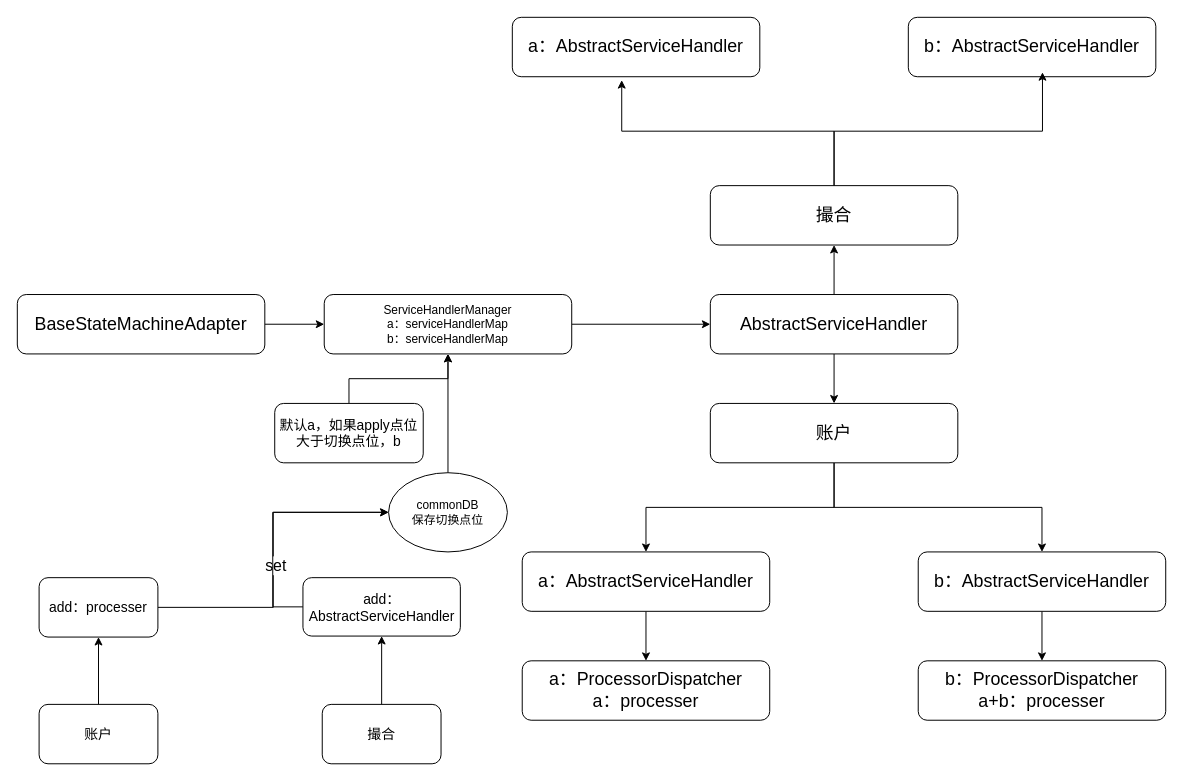
wwl74100/2022-learn keeps this draw.io diagram as ab版本方案一.drawio. Above is the earlier version. Source tidied: cells renumbered, new cells numbered last; positions are measured from the earlier drawing's top-left corner, leaving out a move shared by most shapes. Both pictures are drawn from the tidied source at 99%, with x=0, y=0 at pixel (17, 17).
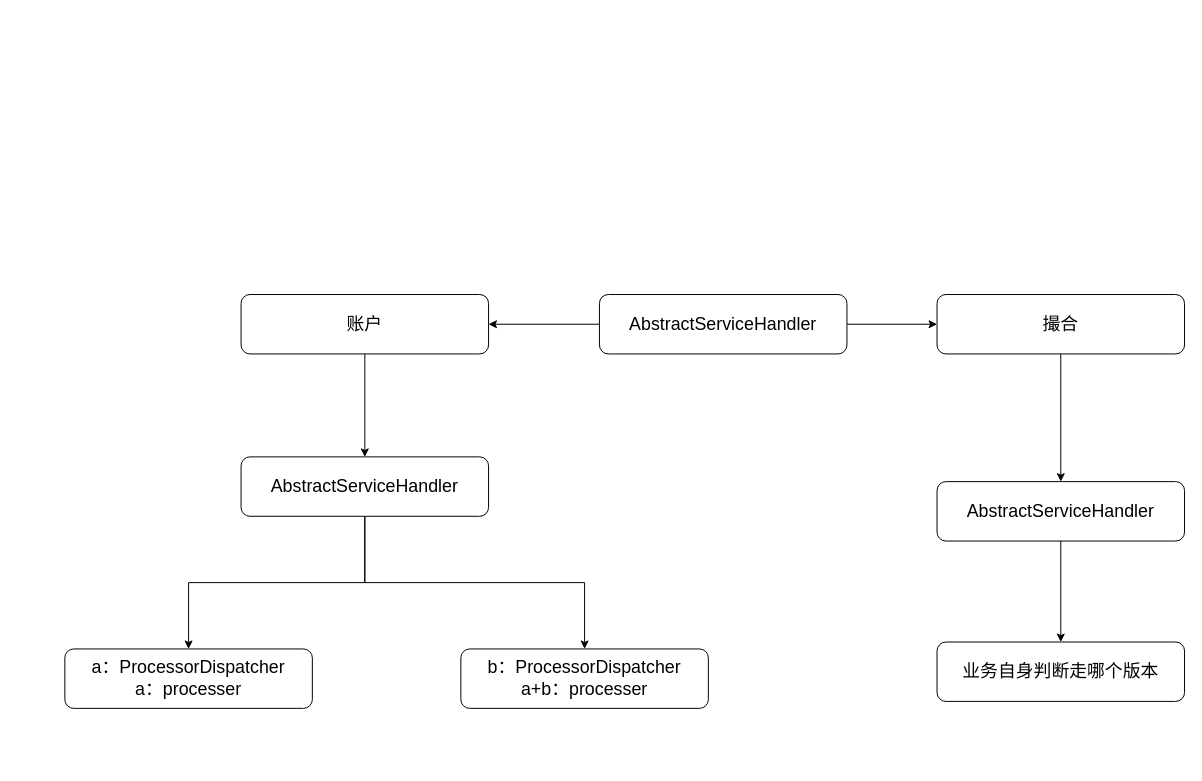
After the change.

Commit message:
更新ab版本方案二.drawio

Diff of the diagram source:
```diff
@@
-    <mxCell id="2" style="edgeStyle=orthogonalEdgeStyle;rounded=0;jettySize=auto;html=1;entryX=0.5;entryY=1;entryDx=0;entryDy=0;" parent="1" edge="1" source="3" target="5">
-      <mxGeometry relative="1" as="geometry" />
-    </mxCell>
-    <mxCell id="3" value="commonDB&lt;div&gt;保存&lt;span style=&quot;background-color: transparent; color: light-dark(rgb(0, 0, 0), rgb(255, 255, 255));&quot;&gt;切换点位&lt;/span&gt;&lt;/div&gt;" style="ellipse;whiteSpace=wrap;html=1;" parent="1" vertex="1">
-      <mxGeometry x="375" y="460" width="120" height="80" as="geometry" />
-    </mxCell>
-    <mxCell id="4" style="edgeStyle=orthogonalEdgeStyle;rounded=0;jettySize=auto;html=1;entryX=0;entryY=0.5;entryDx=0;entryDy=0;" parent="1" edge="1" source="5" target="10">
-      <mxGeometry relative="1" as="geometry" />
-    </mxCell>
-    <mxCell id="5" value="ServiceHandlerManager&lt;div&gt;a：serviceHandlerMap&lt;/div&gt;&lt;div&gt;b：serviceHandlerMap&lt;/div&gt;" style="rounded=1;whiteSpace=wrap;html=1;" parent="1" vertex="1">
-      <mxGeometry x="310" y="280" width="250" height="60" as="geometry" />
-    </mxCell>
-    <mxCell id="6" style="edgeStyle=orthogonalEdgeStyle;rounded=0;jettySize=auto;html=1;" parent="1" edge="1" source="7" target="5">
-      <mxGeometry relative="1" as="geometry" />
-    </mxCell>
-    <mxCell id="7" value="&lt;font style=&quot;font-size: 18px;&quot;&gt;BaseStateMachineAdapter&lt;/font&gt;" style="rounded=1;whiteSpace=wrap;html=1;" parent="1" vertex="1">
-      <mxGeometry y="280" width="250" height="60" as="geometry" />
-    </mxCell>
-    <mxCell id="8" style="edgeStyle=orthogonalEdgeStyle;rounded=0;jettySize=auto;html=1;entryX=0.5;entryY=0;entryDx=0;entryDy=0;" parent="1" edge="1" source="10" target="13">
+    <mxCell id="8" style="edgeStyle=orthogonalEdgeStyle;rounded=0;jettySize=auto;html=1;entryX=1;entryY=0.5;entryDx=0;entryDy=0;" parent="1" edge="1" source="10" target="13">
       <mxGeometry relative="1" as="geometry" />
     </mxCell>
@@
     <mxCell id="10" value="&lt;font style=&quot;font-size: 18px;&quot;&gt;AbstractServiceHandler&lt;/font&gt;" style="rounded=1;whiteSpace=wrap;html=1;" parent="1" vertex="1">
-      <mxGeometry x="700" y="280" width="250" height="60" as="geometry" />
+      <mxGeometry x="588" y="280" width="250" height="60" as="geometry" />
     </mxCell>
@@
-    <mxCell id="12" style="edgeStyle=orthogonalEdgeStyle;rounded=0;jettySize=auto;html=1;" parent="1" edge="1" source="13" target="18">
-      <mxGeometry relative="1" as="geometry" />
-    </mxCell>
     <mxCell id="13" value="&lt;span style=&quot;font-size: 18px;&quot;&gt;账户&lt;/span&gt;" style="rounded=1;whiteSpace=wrap;html=1;" parent="1" vertex="1">
-      <mxGeometry x="700" y="390" width="250" height="60" as="geometry" />
+      <mxGeometry x="226" y="280" width="250" height="60" as="geometry" />
     </mxCell>
     <mxCell id="14" value="&lt;span style=&quot;font-size: 18px;&quot;&gt;撮合&lt;/span&gt;" style="rounded=1;whiteSpace=wrap;html=1;" parent="1" vertex="1">
-      <mxGeometry x="700" y="170" width="250" height="60" as="geometry" />
+      <mxGeometry x="929" y="280" width="250" height="60" as="geometry" />
     </mxCell>
@@
+    <mxCell id="36" style="edgeStyle=orthogonalEdgeStyle;rounded=0;jettySize=auto;html=1;" parent="1" edge="1" source="16" target="22">
+      <mxGeometry relative="1" as="geometry" />
+    </mxCell>
-    <mxCell id="16" value="&lt;font style=&quot;font-size: 18px;&quot;&gt;a：&lt;/font&gt;&lt;span style=&quot;font-size: 18px;&quot;&gt;AbstractServiceHandler&lt;/span&gt;" style="rounded=1;whiteSpace=wrap;html=1;" parent="1" vertex="1">
-      <mxGeometry x="510" y="540" width="250" height="60" as="geometry" />
+    <mxCell id="16" value="&lt;span style=&quot;font-size: 18px;&quot;&gt;AbstractServiceHandler&lt;/span&gt;" style="rounded=1;whiteSpace=wrap;html=1;" parent="1" vertex="1">
+      <mxGeometry x="226" y="444" width="250" height="60" as="geometry" />
     </mxCell>
-    <mxCell id="17" style="edgeStyle=orthogonalEdgeStyle;rounded=0;jettySize=auto;html=1;entryX=0.5;entryY=0;entryDx=0;entryDy=0;" parent="1" edge="1" source="18" target="22">
-      <mxGeometry relative="1" as="geometry" />
-    </mxCell>
-    <mxCell id="18" value="&lt;font style=&quot;font-size: 18px;&quot;&gt;b：&lt;/font&gt;&lt;span style=&quot;font-size: 18px;&quot;&gt;AbstractServiceHandler&lt;/span&gt;" style="rounded=1;whiteSpace=wrap;html=1;" parent="1" vertex="1">
-      <mxGeometry x="910" y="540" width="250" height="60" as="geometry" />
-    </mxCell>
-    <mxCell id="19" style="edgeStyle=orthogonalEdgeStyle;rounded=0;jettySize=auto;html=1;entryX=0.5;entryY=1;entryDx=0;entryDy=0;" parent="1" edge="1" source="20" target="5">
-      <mxGeometry relative="1" as="geometry" />
-    </mxCell>
-    <mxCell id="20" value="&lt;span style=&quot;font-size: 14px;&quot;&gt;默认a，如果apply点位大于切换点位，b&lt;/span&gt;" style="rounded=1;whiteSpace=wrap;html=1;" parent="1" vertex="1">
-      <mxGeometry x="260" y="390" width="150" height="60" as="geometry" />
-    </mxCell>
     <mxCell id="21" value="&lt;font style=&quot;font-size: 18px;&quot;&gt;a：ProcessorDispatcher&lt;/font&gt;&lt;div&gt;&lt;span style=&quot;font-size: 18px;&quot;&gt;a：processer&lt;/span&gt;&lt;/div&gt;" style="rounded=1;whiteSpace=wrap;html=1;" parent="1" vertex="1">
-      <mxGeometry x="510" y="650" width="250" height="60" as="geometry" />
+      <mxGeometry x="48" y="638" width="250" height="60" as="geometry" />
     </mxCell>
     <mxCell id="22" value="&lt;font style=&quot;font-size: 18px;&quot;&gt;b：ProcessorDispatcher&lt;/font&gt;&lt;div&gt;&lt;span style=&quot;font-size: 18px;&quot;&gt;a+b：processer&lt;/span&gt;&lt;/div&gt;" style="rounded=1;whiteSpace=wrap;html=1;" parent="1" vertex="1">
-      <mxGeometry x="910" y="650" width="250" height="60" as="geometry" />
+      <mxGeometry x="448" y="638" width="250" height="60" as="geometry" />
     </mxCell>
+    <mxCell id="37" style="edgeStyle=orthogonalEdgeStyle;rounded=0;jettySize=auto;html=1;entryX=0.5;entryY=0;entryDx=0;entryDy=0;" parent="1" edge="1" source="23" target="38">
+      <mxGeometry relative="1" as="geometry" />
+    </mxCell>
-    <mxCell id="23" value="&lt;font style=&quot;font-size: 18px;&quot;&gt;a：&lt;/font&gt;&lt;span style=&quot;font-size: 18px;&quot;&gt;AbstractServiceHandler&lt;/span&gt;" style="rounded=1;whiteSpace=wrap;html=1;" parent="1" vertex="1">
-      <mxGeometry x="500" width="250" height="60" as="geometry" />
+    <mxCell id="23" value="&lt;span style=&quot;font-size: 18px;&quot;&gt;AbstractServiceHandler&lt;/span&gt;" style="rounded=1;whiteSpace=wrap;html=1;" parent="1" vertex="1">
+      <mxGeometry x="929" y="469" width="250" height="60" as="geometry" />
     </mxCell>
-    <mxCell id="24" value="&lt;font style=&quot;font-size: 18px;&quot;&gt;b：&lt;/font&gt;&lt;span style=&quot;font-size: 18px;&quot;&gt;AbstractServiceHandler&lt;/span&gt;" style="rounded=1;whiteSpace=wrap;html=1;" parent="1" vertex="1">
-      <mxGeometry x="900" width="250" height="60" as="geometry" />
-    </mxCell>
-    <mxCell id="25" style="edgeStyle=orthogonalEdgeStyle;rounded=0;jettySize=auto;html=1;entryX=0.442;entryY=1.058;entryDx=0;entryDy=0;entryPerimeter=0;" parent="1" edge="1" source="14" target="23">
+    <mxCell id="25" style="edgeStyle=orthogonalEdgeStyle;rounded=0;jettySize=auto;html=1;entryX=0.5;entryY=0;entryDx=0;entryDy=0;" parent="1" edge="1" source="14" target="23">
       <mxGeometry relative="1" as="geometry" />
     </mxCell>
-    <mxCell id="26" style="edgeStyle=orthogonalEdgeStyle;rounded=0;jettySize=auto;html=1;entryX=0.542;entryY=0.925;entryDx=0;entryDy=0;entryPerimeter=0;" parent="1" edge="1" source="14" target="24">
-      <mxGeometry relative="1" as="geometry" />
-    </mxCell>
-    <mxCell id="27" style="edgeStyle=orthogonalEdgeStyle;rounded=0;jettySize=auto;html=1;entryX=0.5;entryY=1;entryDx=0;entryDy=0;" parent="1" edge="1" source="28" target="31">
-      <mxGeometry relative="1" as="geometry" />
-    </mxCell>
-    <mxCell id="28" value="&lt;font style=&quot;font-size: 14px;&quot;&gt;账户&lt;/font&gt;" style="rounded=1;whiteSpace=wrap;html=1;" parent="1" vertex="1">
-      <mxGeometry x="22" y="694" width="120" height="60" as="geometry" />
-    </mxCell>
-    <mxCell id="29" style="edgeStyle=orthogonalEdgeStyle;rounded=0;jettySize=auto;html=1;entryX=0;entryY=0.5;entryDx=0;entryDy=0;" parent="1" edge="1" source="31" target="3">
-      <mxGeometry relative="1" as="geometry" />
-    </mxCell>
-    <mxCell id="30" value="&lt;font size=&quot;3&quot;&gt;set&lt;/font&gt;" style="edgeLabel;html=1;align=center;verticalAlign=middle;" parent="29" vertex="1">
-      <mxGeometry x="-0.27" y="3" relative="1" as="geometry">
-        <mxPoint x="5" y="-39" as="offset" />
-      </mxGeometry>
-    </mxCell>
-    <mxCell id="31" value="&lt;font style=&quot;font-size: 14px;&quot;&gt;&lt;font style=&quot;&quot;&gt;add：&lt;/font&gt;processer&lt;/font&gt;" style="rounded=1;whiteSpace=wrap;html=1;" parent="1" vertex="1">
-      <mxGeometry x="22" y="566" width="120" height="60" as="geometry" />
-    </mxCell>
-    <mxCell id="32" style="edgeStyle=orthogonalEdgeStyle;rounded=0;jettySize=auto;html=1;entryX=0.5;entryY=1;entryDx=0;entryDy=0;" parent="1" edge="1" source="33" target="35">
-      <mxGeometry relative="1" as="geometry" />
-    </mxCell>
-    <mxCell id="33" value="&lt;span style=&quot;font-size: 14px;&quot;&gt;撮合&lt;/span&gt;" style="rounded=1;whiteSpace=wrap;html=1;" parent="1" vertex="1">
-      <mxGeometry x="308" y="694" width="120" height="60" as="geometry" />
-    </mxCell>
-    <mxCell id="34" style="edgeStyle=orthogonalEdgeStyle;rounded=0;jettySize=auto;html=1;entryX=0;entryY=0.5;entryDx=0;entryDy=0;" parent="1" edge="1" source="35" target="3">
-      <mxGeometry relative="1" as="geometry">
-        <Array as="points">
-          <mxPoint x="258" y="596" />
-          <mxPoint x="258" y="500" />
-        </Array>
-      </mxGeometry>
-    </mxCell>
-    <mxCell id="35" value="&lt;font style=&quot;font-size: 14px;&quot;&gt;&lt;font style=&quot;&quot;&gt;add：&lt;/font&gt;AbstractServiceHandler&lt;/font&gt;" style="rounded=1;whiteSpace=wrap;html=1;" parent="1" vertex="1">
-      <mxGeometry x="288.5" y="566" width="159" height="59" as="geometry" />
-    </mxCell>
+    <mxCell id="38" value="&lt;span style=&quot;font-size: 18px;&quot;&gt;业务自身判断走哪个版本&lt;/span&gt;" style="rounded=1;whiteSpace=wrap;html=1;" parent="1" vertex="1">
+      <mxGeometry x="929" y="631" width="250" height="60" as="geometry" />
+    </mxCell>
```
